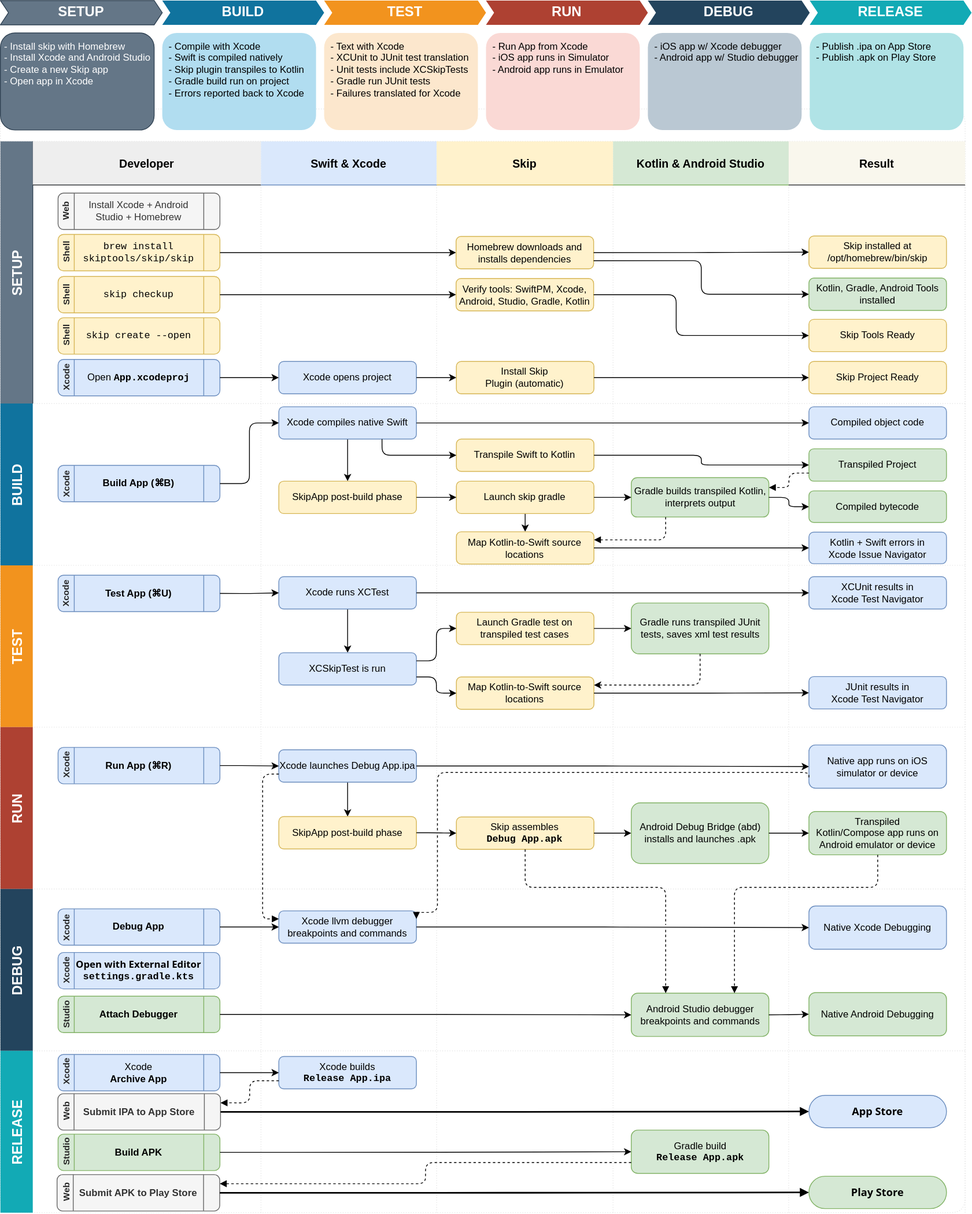
Earlier version of the draw.io export skip_dev_process.drawio.svg (skiptools/assets.skip.tools). Source tidied: cells renumbered, new cells last; positions are measured from the earlier drawing's top-left corner, leaving out a move shared by most shapes.
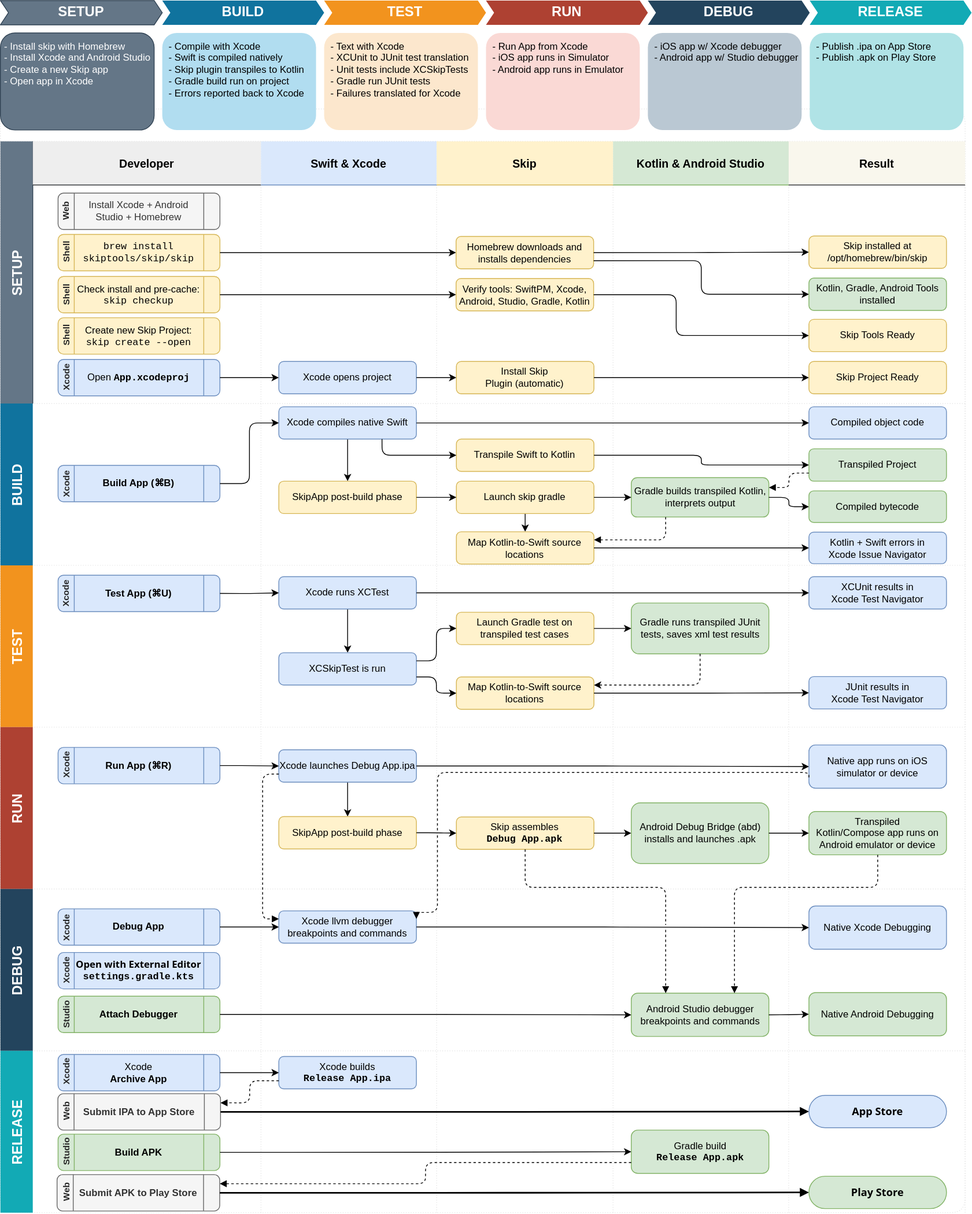
Above is the later version.

Change to the diagram source:
```diff
@@ -14,10 +14,10 @@
     <mxCell id="5" value="Install &lt;a href=&quot;https://developer.apple.com/xcode/&quot;&gt;Xcode&lt;/a&gt; + Android Studio + Homebrew" style="rounded=1;whiteSpace=wrap;html=1;fillColor=#f5f5f5;fontColor=#333333;strokeColor=#666666;flipV=0;shape=process;backgroundOutline=1;" parent="4" vertex="1">
       <mxGeometry x="31.2" y="64" width="200" height="45" as="geometry" />
     </mxCell>
-    <mxCell id="6" value="skip checkup" style="rounded=1;whiteSpace=wrap;html=1;fillColor=#fff2cc;strokeColor=#d6b656;flipV=0;shape=process;backgroundOutline=1;fontFamily=Courier New;" parent="4" vertex="1">
+    <mxCell id="6" value="&lt;font face=&quot;Helvetica&quot;&gt;Check install and pre-cache:&lt;br&gt;&lt;/font&gt;skip checkup" style="rounded=1;whiteSpace=wrap;html=1;fillColor=#fff2cc;strokeColor=#d6b656;flipV=0;shape=process;backgroundOutline=1;fontFamily=Courier New;" parent="4" vertex="1">
       <mxGeometry x="31.2" y="167" width="200" height="45" as="geometry" />
     </mxCell>
-    <mxCell id="7" value="skip create --open" style="rounded=1;whiteSpace=wrap;html=1;fillColor=#fff2cc;strokeColor=#d6b656;flipV=0;shape=process;backgroundOutline=1;fontFamily=Courier New;" parent="4" vertex="1">
+    <mxCell id="7" value="&lt;font face=&quot;Helvetica&quot;&gt;Create new Skip Project:&lt;/font&gt;&lt;br&gt;skip create --open" style="rounded=1;whiteSpace=wrap;html=1;fillColor=#fff2cc;strokeColor=#d6b656;flipV=0;shape=process;backgroundOutline=1;fontFamily=Courier New;" parent="4" vertex="1">
       <mxGeometry x="31.2" y="218" width="200" height="45" as="geometry" />
     </mxCell>
     <mxCell id="8" value="brew install skiptools/skip/skip" style="rounded=1;whiteSpace=wrap;html=1;fillColor=#fff2cc;strokeColor=#d6b656;flipV=0;shape=process;backgroundOutline=1;fontFamily=Courier New;" parent="4" vertex="1">
```
